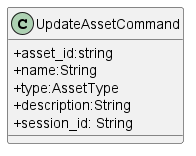
Above: src/PB/DocumentazioneEsterna/Specifica_Tecnica/content/uml/png/SaveAsset/UpdateAssetCommand.png in GroupRubberDuck/Documentazione (PlantUML), before the change. The source it was exported from:
```plantuml
@startuml
skinparam classAttributeIconSize 0


    class UpdateAssetCommand {
        + asset_id:string
        + name:String
        + type:AssetType
        + description:String
        + session_id: String
    }

@enduml
```
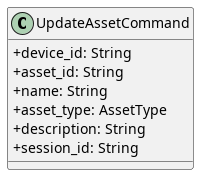
Later version of the same file.

What changed in the source:
```diff
@@ -1,13 +1,14 @@
-@startuml
+@startuml UpdateAssetCommand
 skinparam classAttributeIconSize 0
 
 
-    class UpdateAssetCommand {
-        + asset_id:string
-        + name:String
-        + type:AssetType
-        + description:String
-        + session_id: String
-    }
+class UpdateAssetCommand {
+    + device_id: String
+    + asset_id: String
+    + name: String
+    + asset_type: AssetType
+    + description: String
+    + session_id: String
+}
 
 @enduml
```
